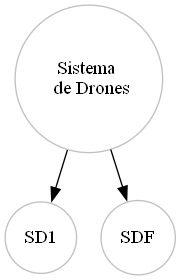
Above: gsist.png in Juanj098/IPC2_PROYECTO2_201900532 (Graphviz), before the change. Its source is kept beside it as gsist.dot.
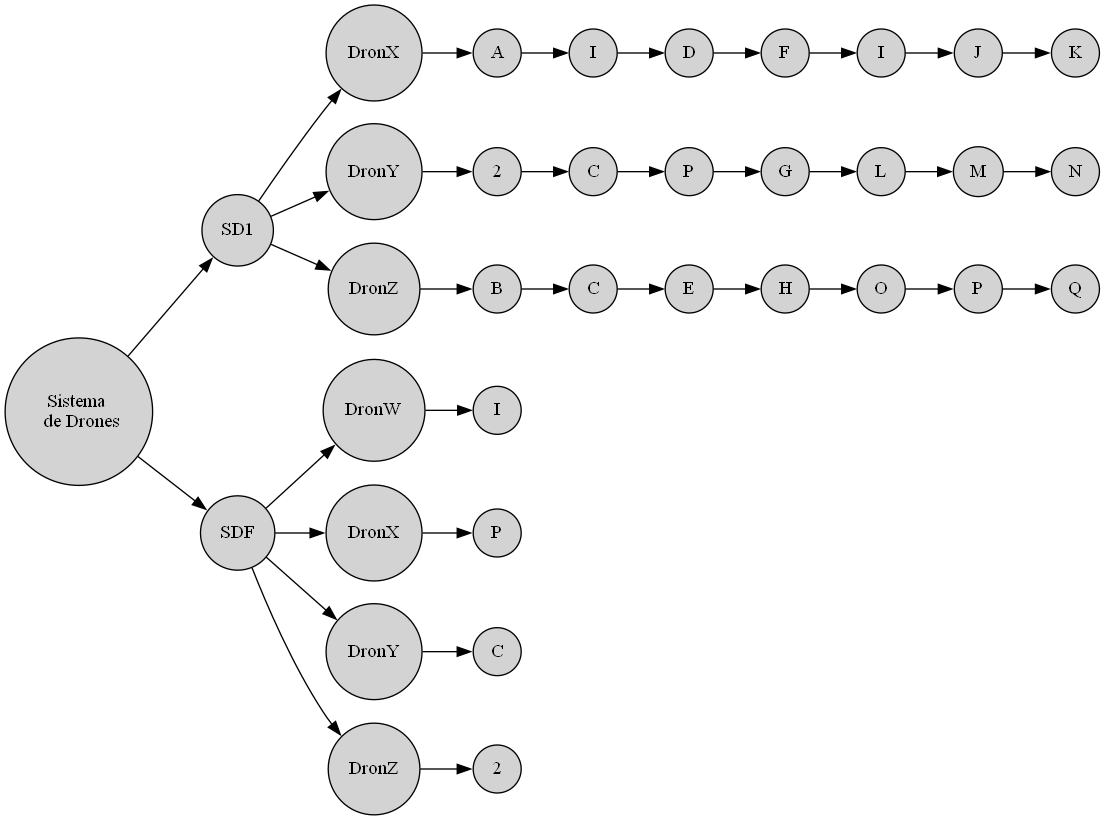
After the commit.

What changed in the source:
```diff
@@ -1,12 +1,49 @@
 digraph G {
-    rankdir=TB
-    node[shape=circle,color=grey]
-    Nodo0[label="Sistema
- de Drones"]
+    rankdir=LR
+    node[shape=circle,style=filled]
+    Nodo0[label="Sistema \n de Drones"]
 	Nodo1[label="SD1"]
+	Nodo130[label="DronX"]
+	Nodo131[label="A"]
+	Nodo132[label="I"]
+	Nodo133[label="D"]
+	Nodo134[label="F"]
+	Nodo135[label="I"]
+	Nodo136[label="J"]
+	Nodo137[label="K"]
+	Nodo140[label="DronY"]
+	Nodo141[label="2"]
+	Nodo142[label="C"]
+	Nodo143[label="P"]
+	Nodo144[label="G"]
+	Nodo145[label="L"]
+	Nodo146[label="M"]
+	Nodo147[label="N"]
+	Nodo150[label="DronZ"]
+	Nodo151[label="B"]
+	Nodo152[label="C"]
+	Nodo153[label="E"]
+	Nodo154[label="H"]
+	Nodo155[label="O"]
+	Nodo156[label="P"]
+	Nodo157[label="Q"]
 	Nodo2[label="SDF"]
-
+	Nodo220[label="DronW"]
+	Nodo221[label="I"]
+	Nodo230[label="DronX"]
+	Nodo231[label="P"]
+	Nodo240[label="DronY"]
+	Nodo241[label="C"]
+	Nodo250[label="DronZ"]
+	Nodo251[label="2"]
 	Nodo0 -> Nodo1
+	Nodo1 -> Nodo130 -> Nodo131 -> Nodo132 -> Nodo133 -> Nodo134 -> Nodo135 -> Nodo136 -> Nodo137
+	Nodo1 -> Nodo140 -> Nodo141 -> Nodo142 -> Nodo143 -> Nodo144 -> Nodo145 -> Nodo146 -> Nodo147
+	Nodo1 -> Nodo150 -> Nodo151 -> Nodo152 -> Nodo153 -> Nodo154 -> Nodo155 -> Nodo156 -> Nodo157
 	Nodo0 -> Nodo2
+	Nodo2 -> Nodo220 -> Nodo221
+	Nodo2 -> Nodo230 -> Nodo231
+	Nodo2 -> Nodo240 -> Nodo241
+	Nodo2 -> Nodo250 -> Nodo251
 
 }
```
